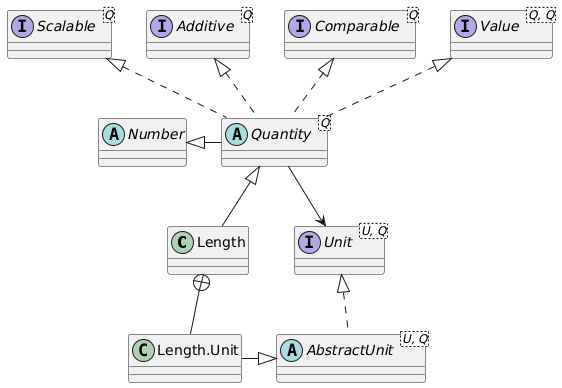
Above: docs/images/quantity.png in averbraeck/djunits (PlantUML), before the change.
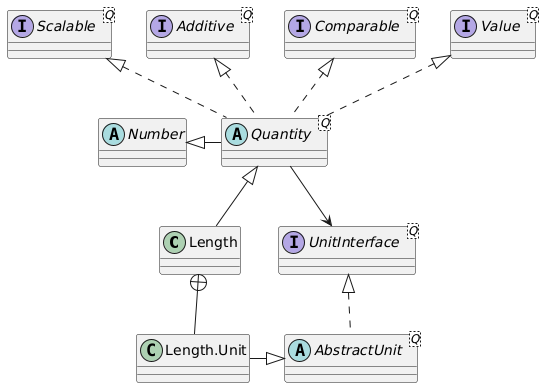
After the change.

Commit message:
Issue #172. Update class diagrams for docs

Diff of the diagram source:
```diff
@@ -2,10 +2,10 @@
 class Length
 class "Length.Unit" as LengthUnit
 abstract class Quantity<Q>
-abstract class AbstractUnit<U, Q>
-interface Unit<U, Q>
+abstract class AbstractUnit<Q>
+interface UnitInterface<Q>
 abstract class Number
-interface Value<Q, Q>
+interface Value<Q>
 interface Comparable<Q>
 interface Additive<Q>
 interface Scalable<Q>
@@ -16,9 +16,9 @@
 Quantity .u.|> Scalable
 Quantity -l-|> Number
 
-Quantity -r-> Unit
+Quantity -r-> UnitInterface
 
-AbstractUnit .u.|> Unit
+AbstractUnit .u.|> UnitInterface
 
 LengthUnit -u-+ Length
 Length -u-|> Quantity
```
